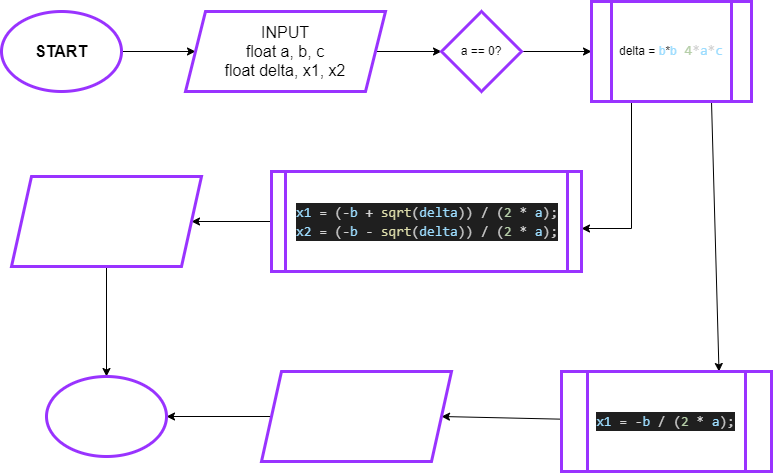
Earlier version of the draw.io export Lab_2/Bai_3/FlowBai_3_2.drawio.png (MinkWungNe/NLNNLT). Source tidied: cells renumbered, new cells last; positions are measured from the earlier drawing's top-left corner, leaving out a move shared by most shapes.
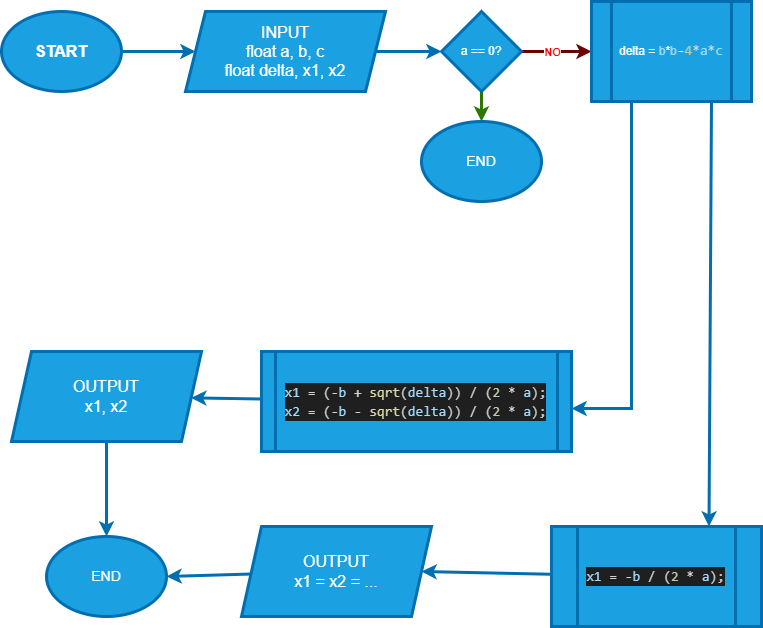
Above is the later version.

Commit message:
Enhance flowchart readability with color highlights

Diff of the diagram source:
```diff
@@ -2,63 +2,74 @@
   <root>
     <mxCell id="0" />
     <mxCell id="1" parent="0" />
-    <mxCell id="2" style="edgeStyle=none;html=1;entryX=0;entryY=0.5;entryDx=0;entryDy=0;fontColor=#FFFFFF;" parent="1" edge="1" source="3" target="5">
+    <mxCell id="2" style="edgeStyle=none;html=1;entryX=0;entryY=0.5;entryDx=0;entryDy=0;fontColor=#FFFFFF;strokeWidth=3;fillColor=#1ba1e2;strokeColor=#006EAF;" parent="1" edge="1" source="3" target="5">
       <mxGeometry relative="1" as="geometry" />
     </mxCell>
-    <mxCell id="3" value="&lt;b style=&quot;font-size: 16px;&quot;&gt;START&lt;/b&gt;" style="ellipse;whiteSpace=wrap;html=1;strokeColor=#9933FF;strokeWidth=3;perimeterSpacing=0;fontSize=16;rounded=0;shadow=0;" parent="1" vertex="1">
+    <mxCell id="3" value="&lt;b style=&quot;font-size: 16px;&quot;&gt;START&lt;/b&gt;" style="ellipse;whiteSpace=wrap;html=1;strokeColor=#006EAF;strokeWidth=3;perimeterSpacing=0;fontSize=16;rounded=0;shadow=0;fillColor=#1ba1e2;fontColor=#ffffff;" parent="1" vertex="1">
       <mxGeometry y="10" width="120" height="80" as="geometry" />
     </mxCell>
-    <mxCell id="4" style="edgeStyle=none;html=1;entryX=0;entryY=0.5;entryDx=0;entryDy=0;fontColor=#FFFFFF;" parent="1" edge="1" source="5" target="7">
+    <mxCell id="4" style="edgeStyle=none;html=1;entryX=0;entryY=0.5;entryDx=0;entryDy=0;fontColor=#FFFFFF;strokeWidth=3;fillColor=#1ba1e2;strokeColor=#006EAF;" parent="1" edge="1" source="5" target="7">
       <mxGeometry relative="1" as="geometry" />
     </mxCell>
-    <mxCell id="5" value="INPUT&lt;br style=&quot;font-size: 16px;&quot;&gt;float a, b, c&lt;br style=&quot;font-size: 16px;&quot;&gt;float delta, x1, x2" style="shape=parallelogram;perimeter=parallelogramPerimeter;whiteSpace=wrap;html=1;fixedSize=1;strokeColor=#9933FF;strokeWidth=3;fontSize=16;rounded=0;shadow=0;" parent="1" vertex="1">
+    <mxCell id="5" value="INPUT&lt;br style=&quot;font-size: 16px;&quot;&gt;float a, b, c&lt;br style=&quot;font-size: 16px;&quot;&gt;float delta, x1, x2" style="shape=parallelogram;perimeter=parallelogramPerimeter;whiteSpace=wrap;html=1;fixedSize=1;strokeColor=#006EAF;strokeWidth=3;fontSize=16;rounded=0;shadow=0;fillColor=#1ba1e2;fontColor=#ffffff;" parent="1" vertex="1">
       <mxGeometry x="184" y="10" width="200" height="80" as="geometry" />
     </mxCell>
-    <mxCell id="6" style="edgeStyle=none;html=1;entryX=0;entryY=0.5;entryDx=0;entryDy=0;fontColor=#FFFFFF;" parent="1" edge="1" source="7" target="10">
+    <mxCell id="6" style="edgeStyle=none;html=1;entryX=0;entryY=0.5;entryDx=0;entryDy=0;fontColor=#FFFFFF;strokeWidth=3;fillColor=#a20025;strokeColor=#6F0000;" parent="1" edge="1" source="7" target="10">
       <mxGeometry relative="1" as="geometry" />
     </mxCell>
+    <mxCell id="20" value="NO" style="edgeLabel;html=1;align=center;verticalAlign=middle;fontStyle=1;fontColor=#FF0000;" parent="6" vertex="1">
+      <mxGeometry x="-0.43" y="-4" relative="1" as="geometry">
+        <mxPoint x="10" y="-4" as="offset" />
+      </mxGeometry>
+    </mxCell>
+    <mxCell id="21" style="edgeStyle=none;html=1;strokeWidth=3;fontColor=#FF0000;fillColor=#60a917;strokeColor=#2D7600;entryX=0.5;entryY=0;entryDx=0;entryDy=0;" parent="1" edge="1" source="7" target="22">
+      <mxGeometry relative="1" as="geometry" />
+    </mxCell>
-    <mxCell id="7" value="a == 0?" style="rhombus;whiteSpace=wrap;html=1;strokeColor=#9933FF;strokeWidth=3;shadow=0;rounded=0;" parent="1" vertex="1">
+    <mxCell id="7" value="a == 0?" style="rhombus;whiteSpace=wrap;html=1;strokeColor=#006EAF;strokeWidth=3;shadow=0;rounded=0;fillColor=#1ba1e2;fontColor=#ffffff;" parent="1" vertex="1">
       <mxGeometry x="440" y="10" width="80" height="80" as="geometry" />
     </mxCell>
-    <mxCell id="8" style="edgeStyle=none;html=1;entryX=1;entryY=0.57;entryDx=0;entryDy=0;entryPerimeter=0;fontColor=#FFFFFF;exitX=0.25;exitY=1;exitDx=0;exitDy=0;rounded=0;" parent="1" edge="1" source="10" target="12">
+    <mxCell id="8" style="edgeStyle=none;html=1;entryX=1;entryY=0.57;entryDx=0;entryDy=0;entryPerimeter=0;fontColor=#FFFFFF;exitX=0.25;exitY=1;exitDx=0;exitDy=0;rounded=0;strokeWidth=3;fillColor=#1ba1e2;strokeColor=#006EAF;" parent="1" edge="1" source="10" target="12">
       <mxGeometry relative="1" as="geometry">
         <Array as="points">
-          <mxPoint x="630" y="227" />
+          <mxPoint x="630" y="407" />
         </Array>
       </mxGeometry>
     </mxCell>
-    <mxCell id="9" style="edgeStyle=none;rounded=0;html=1;entryX=0.75;entryY=0;entryDx=0;entryDy=0;fontSize=14;fontColor=#FFFFFF;exitX=0.75;exitY=1;exitDx=0;exitDy=0;" parent="1" edge="1" source="10" target="16">
+    <mxCell id="9" style="edgeStyle=none;rounded=0;html=1;entryX=0.75;entryY=0;entryDx=0;entryDy=0;fontSize=14;fontColor=#FFFFFF;exitX=0.75;exitY=1;exitDx=0;exitDy=0;strokeWidth=3;fillColor=#1ba1e2;strokeColor=#006EAF;" parent="1" edge="1" source="10" target="16">
       <mxGeometry relative="1" as="geometry" />
     </mxCell>
-    <mxCell id="10" value="delta = &lt;font color=&quot;#9cdcfe&quot;&gt;b&lt;/font&gt;*&lt;font color=&quot;#9cdcfe&quot;&gt;b&lt;/font&gt;&lt;span style=&quot;font-family: Consolas, &amp;quot;Courier New&amp;quot;, monospace; font-size: 14px;&quot;&gt;&lt;font color=&quot;#ffffff&quot;&gt;-&lt;/font&gt;&lt;/span&gt;&lt;span style=&quot;font-family: Consolas, &amp;quot;Courier New&amp;quot;, monospace; font-size: 14px; color: rgb(181, 206, 168);&quot;&gt;4&lt;/span&gt;&lt;span style=&quot;font-family: Consolas, &amp;quot;Courier New&amp;quot;, monospace; font-size: 14px; color: rgb(212, 212, 212);&quot;&gt;*&lt;/span&gt;&lt;span style=&quot;font-family: Consolas, &amp;quot;Courier New&amp;quot;, monospace; font-size: 14px;&quot;&gt;&lt;font color=&quot;#9cdcfe&quot;&gt;a&lt;/font&gt;&lt;/span&gt;&lt;span style=&quot;font-family: Consolas, &amp;quot;Courier New&amp;quot;, monospace; font-size: 14px; color: rgb(212, 212, 212);&quot;&gt;*&lt;/span&gt;&lt;span style=&quot;font-family: Consolas, &amp;quot;Courier New&amp;quot;, monospace; font-size: 14px; color: rgb(156, 220, 254);&quot;&gt;c&lt;/span&gt;" style="shape=process;whiteSpace=wrap;html=1;backgroundOutline=1;rounded=0;shadow=0;sketch=0;size=0.125;strokeColor=#9933FF;strokeWidth=3;" parent="1" vertex="1">
+    <mxCell id="10" value="delta = &lt;font color=&quot;#9cdcfe&quot;&gt;b&lt;/font&gt;*&lt;font color=&quot;#9cdcfe&quot;&gt;b&lt;/font&gt;&lt;span style=&quot;font-family: Consolas, &amp;quot;Courier New&amp;quot;, monospace; font-size: 14px;&quot;&gt;&lt;font color=&quot;#ffffff&quot;&gt;-&lt;/font&gt;&lt;/span&gt;&lt;span style=&quot;font-family: Consolas, &amp;quot;Courier New&amp;quot;, monospace; font-size: 14px; color: rgb(181, 206, 168);&quot;&gt;4&lt;/span&gt;&lt;span style=&quot;font-family: Consolas, &amp;quot;Courier New&amp;quot;, monospace; font-size: 14px; color: rgb(212, 212, 212);&quot;&gt;*&lt;/span&gt;&lt;span style=&quot;font-family: Consolas, &amp;quot;Courier New&amp;quot;, monospace; font-size: 14px;&quot;&gt;&lt;font color=&quot;#9cdcfe&quot;&gt;a&lt;/font&gt;&lt;/span&gt;&lt;span style=&quot;font-family: Consolas, &amp;quot;Courier New&amp;quot;, monospace; font-size: 14px; color: rgb(212, 212, 212);&quot;&gt;*&lt;/span&gt;&lt;span style=&quot;font-family: Consolas, &amp;quot;Courier New&amp;quot;, monospace; font-size: 14px; color: rgb(156, 220, 254);&quot;&gt;c&lt;/span&gt;" style="shape=process;whiteSpace=wrap;html=1;backgroundOutline=1;rounded=0;shadow=0;sketch=0;size=0.125;strokeColor=#006EAF;strokeWidth=3;fillColor=#1ba1e2;fontColor=#ffffff;" parent="1" vertex="1">
       <mxGeometry x="590" width="160" height="100" as="geometry" />
     </mxCell>
-    <mxCell id="11" style="edgeStyle=none;rounded=0;html=1;fontSize=14;fontColor=#FFFFFF;" parent="1" edge="1" source="12" target="14">
+    <mxCell id="11" style="edgeStyle=none;rounded=0;html=1;fontSize=14;fontColor=#FFFFFF;strokeWidth=3;fillColor=#1ba1e2;strokeColor=#006EAF;" parent="1" edge="1" source="12" target="14">
       <mxGeometry relative="1" as="geometry" />
     </mxCell>
-    <mxCell id="12" value="&lt;div style=&quot;background-color: rgb(31, 31, 31); font-family: Consolas, &amp;quot;Courier New&amp;quot;, monospace; font-size: 14px; line-height: 19px;&quot;&gt;&lt;div style=&quot;color: rgb(204, 204, 204); font-size: 14px;&quot;&gt;&lt;span style=&quot;color: rgb(156, 220, 254); font-size: 14px;&quot;&gt;x1&lt;/span&gt; &lt;span style=&quot;color: rgb(212, 212, 212); font-size: 14px;&quot;&gt;=&lt;/span&gt; (&lt;span style=&quot;color: rgb(212, 212, 212); font-size: 14px;&quot;&gt;-&lt;/span&gt;&lt;span style=&quot;color: rgb(156, 220, 254); font-size: 14px;&quot;&gt;b&lt;/span&gt; &lt;span style=&quot;color: rgb(212, 212, 212); font-size: 14px;&quot;&gt;+&lt;/span&gt; &lt;span style=&quot;color: rgb(220, 220, 170); font-size: 14px;&quot;&gt;sqrt&lt;/span&gt;(&lt;span style=&quot;color: rgb(156, 220, 254); font-size: 14px;&quot;&gt;delta&lt;/span&gt;)) &lt;span style=&quot;color: rgb(212, 212, 212); font-size: 14px;&quot;&gt;/&lt;/span&gt; (&lt;span style=&quot;color: rgb(181, 206, 168); font-size: 14px;&quot;&gt;2&lt;/span&gt; &lt;span style=&quot;color: rgb(212, 212, 212); font-size: 14px;&quot;&gt;*&lt;/span&gt; &lt;span style=&quot;color: rgb(156, 220, 254); font-size: 14px;&quot;&gt;a&lt;/span&gt;);&lt;/div&gt;&lt;div style=&quot;font-size: 14px;&quot;&gt;&lt;span style=&quot;color: rgb(156, 220, 254); font-size: 14px;&quot;&gt;x2&lt;/span&gt;&lt;font color=&quot;#cccccc&quot; style=&quot;font-size: 14px;&quot;&gt;&amp;nbsp;&lt;/font&gt;&lt;span style=&quot;color: rgb(212, 212, 212); font-size: 14px;&quot;&gt;=&lt;/span&gt;&lt;font color=&quot;#cccccc&quot; style=&quot;font-size: 14px;&quot;&gt; (&lt;/font&gt;&lt;span style=&quot;color: rgb(212, 212, 212); font-size: 14px;&quot;&gt;-&lt;/span&gt;&lt;span style=&quot;color: rgb(156, 220, 254); font-size: 14px;&quot;&gt;b&lt;/span&gt; &lt;span style=&quot;color: rgb(212, 212, 212); font-size: 14px;&quot;&gt;-&lt;/span&gt; &lt;span style=&quot;color: rgb(220, 220, 170); font-size: 14px;&quot;&gt;sqrt&lt;/span&gt;&lt;font color=&quot;#cccccc&quot; style=&quot;font-size: 14px;&quot;&gt;(&lt;/font&gt;&lt;span style=&quot;color: rgb(156, 220, 254); font-size: 14px;&quot;&gt;delta&lt;/span&gt;&lt;font color=&quot;#cccccc&quot; style=&quot;font-size: 14px;&quot;&gt;)) &lt;/font&gt;&lt;span style=&quot;color: rgb(212, 212, 212); font-size: 14px;&quot;&gt;/&lt;/span&gt;&lt;font color=&quot;#cccccc&quot; style=&quot;font-size: 14px;&quot;&gt; (&lt;/font&gt;&lt;span style=&quot;color: rgb(181, 206, 168); font-size: 14px;&quot;&gt;2&lt;/span&gt; &lt;span style=&quot;color: rgb(212, 212, 212); font-size: 14px;&quot;&gt;*&lt;/span&gt; &lt;span style=&quot;color: rgb(156, 220, 254); font-size: 14px;&quot;&gt;a&lt;/span&gt;&lt;font color=&quot;#cccccc&quot; style=&quot;font-size: 14px;&quot;&gt;);&lt;/font&gt;&lt;/div&gt;&lt;/div&gt;" style="shape=process;whiteSpace=wrap;html=1;backgroundOutline=1;rounded=0;shadow=0;sketch=0;fontColor=#FFFFFF;size=0.046511627906976744;fontSize=14;strokeColor=#9933FF;strokeWidth=3;" parent="1" vertex="1">
-      <mxGeometry x="270" y="170" width="310" height="100" as="geometry" />
+    <mxCell id="12" value="&lt;div style=&quot;background-color: rgb(31, 31, 31); font-family: Consolas, &amp;quot;Courier New&amp;quot;, monospace; font-size: 14px; line-height: 19px;&quot;&gt;&lt;div style=&quot;color: rgb(204, 204, 204); font-size: 14px;&quot;&gt;&lt;span style=&quot;color: rgb(156, 220, 254); font-size: 14px;&quot;&gt;x1&lt;/span&gt; &lt;span style=&quot;color: rgb(212, 212, 212); font-size: 14px;&quot;&gt;=&lt;/span&gt; (&lt;span style=&quot;color: rgb(212, 212, 212); font-size: 14px;&quot;&gt;-&lt;/span&gt;&lt;span style=&quot;color: rgb(156, 220, 254); font-size: 14px;&quot;&gt;b&lt;/span&gt; &lt;span style=&quot;color: rgb(212, 212, 212); font-size: 14px;&quot;&gt;+&lt;/span&gt; &lt;span style=&quot;color: rgb(220, 220, 170); font-size: 14px;&quot;&gt;sqrt&lt;/span&gt;(&lt;span style=&quot;color: rgb(156, 220, 254); font-size: 14px;&quot;&gt;delta&lt;/span&gt;)) &lt;span style=&quot;color: rgb(212, 212, 212); font-size: 14px;&quot;&gt;/&lt;/span&gt; (&lt;span style=&quot;color: rgb(181, 206, 168); font-size: 14px;&quot;&gt;2&lt;/span&gt; &lt;span style=&quot;color: rgb(212, 212, 212); font-size: 14px;&quot;&gt;*&lt;/span&gt; &lt;span style=&quot;color: rgb(156, 220, 254); font-size: 14px;&quot;&gt;a&lt;/span&gt;);&lt;/div&gt;&lt;div style=&quot;font-size: 14px;&quot;&gt;&lt;span style=&quot;color: rgb(156, 220, 254); font-size: 14px;&quot;&gt;x2&lt;/span&gt;&lt;font color=&quot;#cccccc&quot; style=&quot;font-size: 14px;&quot;&gt;&amp;nbsp;&lt;/font&gt;&lt;span style=&quot;color: rgb(212, 212, 212); font-size: 14px;&quot;&gt;=&lt;/span&gt;&lt;font color=&quot;#cccccc&quot; style=&quot;font-size: 14px;&quot;&gt; (&lt;/font&gt;&lt;span style=&quot;color: rgb(212, 212, 212); font-size: 14px;&quot;&gt;-&lt;/span&gt;&lt;span style=&quot;color: rgb(156, 220, 254); font-size: 14px;&quot;&gt;b&lt;/span&gt; &lt;span style=&quot;color: rgb(212, 212, 212); font-size: 14px;&quot;&gt;-&lt;/span&gt; &lt;span style=&quot;color: rgb(220, 220, 170); font-size: 14px;&quot;&gt;sqrt&lt;/span&gt;&lt;font color=&quot;#cccccc&quot; style=&quot;font-size: 14px;&quot;&gt;(&lt;/font&gt;&lt;span style=&quot;color: rgb(156, 220, 254); font-size: 14px;&quot;&gt;delta&lt;/span&gt;&lt;font color=&quot;#cccccc&quot; style=&quot;font-size: 14px;&quot;&gt;)) &lt;/font&gt;&lt;span style=&quot;color: rgb(212, 212, 212); font-size: 14px;&quot;&gt;/&lt;/span&gt;&lt;font color=&quot;#cccccc&quot; style=&quot;font-size: 14px;&quot;&gt; (&lt;/font&gt;&lt;span style=&quot;color: rgb(181, 206, 168); font-size: 14px;&quot;&gt;2&lt;/span&gt; &lt;span style=&quot;color: rgb(212, 212, 212); font-size: 14px;&quot;&gt;*&lt;/span&gt; &lt;span style=&quot;color: rgb(156, 220, 254); font-size: 14px;&quot;&gt;a&lt;/span&gt;&lt;font color=&quot;#cccccc&quot; style=&quot;font-size: 14px;&quot;&gt;);&lt;/font&gt;&lt;/div&gt;&lt;/div&gt;" style="shape=process;whiteSpace=wrap;html=1;backgroundOutline=1;rounded=0;shadow=0;sketch=0;fontColor=#ffffff;size=0.046511627906976744;fontSize=14;strokeColor=#006EAF;strokeWidth=3;fillColor=#1ba1e2;" parent="1" vertex="1">
+      <mxGeometry x="260" y="350" width="310" height="100" as="geometry" />
     </mxCell>
-    <mxCell id="13" style="edgeStyle=none;rounded=0;html=1;entryX=0.5;entryY=0;entryDx=0;entryDy=0;fontSize=14;fontColor=#FFFFFF;" parent="1" edge="1" source="14" target="19">
+    <mxCell id="13" style="edgeStyle=none;rounded=0;html=1;entryX=0.5;entryY=0;entryDx=0;entryDy=0;fontSize=14;fontColor=#FFFFFF;strokeWidth=3;fillColor=#1ba1e2;strokeColor=#006EAF;" parent="1" edge="1" source="14" target="19">
       <mxGeometry relative="1" as="geometry" />
     </mxCell>
-    <mxCell id="14" value="OUTPUT&lt;br style=&quot;font-size: 16px;&quot;&gt;x1, x2" style="shape=parallelogram;perimeter=parallelogramPerimeter;whiteSpace=wrap;html=1;fixedSize=1;rounded=0;shadow=0;sketch=0;fontColor=#FFFFFF;fontSize=16;strokeColor=#9933FF;strokeWidth=3;" parent="1" vertex="1">
-      <mxGeometry x="10" y="175" width="190" height="90" as="geometry" />
+    <mxCell id="14" value="OUTPUT&lt;br style=&quot;font-size: 16px;&quot;&gt;x1, x2" style="shape=parallelogram;perimeter=parallelogramPerimeter;whiteSpace=wrap;html=1;fixedSize=1;rounded=0;shadow=0;sketch=0;fontColor=#ffffff;fontSize=16;strokeColor=#006EAF;strokeWidth=3;fillColor=#1ba1e2;" parent="1" vertex="1">
+      <mxGeometry x="10" y="350" width="190" height="90" as="geometry" />
     </mxCell>
-    <mxCell id="15" style="edgeStyle=none;rounded=0;html=1;entryX=1;entryY=0.5;entryDx=0;entryDy=0;fontSize=14;fontColor=#FFFFFF;" parent="1" edge="1" source="16" target="18">
+    <mxCell id="15" style="edgeStyle=none;rounded=0;html=1;entryX=1;entryY=0.5;entryDx=0;entryDy=0;fontSize=14;fontColor=#FFFFFF;strokeWidth=3;fillColor=#1ba1e2;strokeColor=#006EAF;" parent="1" edge="1" source="16" target="18">
       <mxGeometry relative="1" as="geometry" />
     </mxCell>
-    <mxCell id="16" value="&lt;div style=&quot;color: rgb(204, 204, 204); background-color: rgb(31, 31, 31); font-family: Consolas, &amp;quot;Courier New&amp;quot;, monospace; font-size: 14px; line-height: 19px;&quot;&gt;&lt;span style=&quot;color: #9cdcfe;&quot;&gt;x1&lt;/span&gt; &lt;span style=&quot;color: #d4d4d4;&quot;&gt;=&lt;/span&gt; &lt;span style=&quot;color: #d4d4d4;&quot;&gt;-&lt;/span&gt;&lt;span style=&quot;color: #9cdcfe;&quot;&gt;b&lt;/span&gt; &lt;span style=&quot;color: #d4d4d4;&quot;&gt;/&lt;/span&gt; (&lt;span style=&quot;color: #b5cea8;&quot;&gt;2&lt;/span&gt; &lt;span style=&quot;color: #d4d4d4;&quot;&gt;*&lt;/span&gt; &lt;span style=&quot;color: #9cdcfe;&quot;&gt;a&lt;/span&gt;);&lt;/div&gt;" style="shape=process;whiteSpace=wrap;html=1;backgroundOutline=1;rounded=0;shadow=0;sketch=0;size=0.125;strokeColor=#9933FF;strokeWidth=3;" parent="1" vertex="1">
-      <mxGeometry x="560" y="370" width="210" height="100" as="geometry" />
+    <mxCell id="16" value="&lt;div style=&quot;color: rgb(204, 204, 204); background-color: rgb(31, 31, 31); font-family: Consolas, &amp;quot;Courier New&amp;quot;, monospace; font-size: 14px; line-height: 19px;&quot;&gt;&lt;span style=&quot;color: #9cdcfe;&quot;&gt;x1&lt;/span&gt; &lt;span style=&quot;color: #d4d4d4;&quot;&gt;=&lt;/span&gt; &lt;span style=&quot;color: #d4d4d4;&quot;&gt;-&lt;/span&gt;&lt;span style=&quot;color: #9cdcfe;&quot;&gt;b&lt;/span&gt; &lt;span style=&quot;color: #d4d4d4;&quot;&gt;/&lt;/span&gt; (&lt;span style=&quot;color: #b5cea8;&quot;&gt;2&lt;/span&gt; &lt;span style=&quot;color: #d4d4d4;&quot;&gt;*&lt;/span&gt; &lt;span style=&quot;color: #9cdcfe;&quot;&gt;a&lt;/span&gt;);&lt;/div&gt;" style="shape=process;whiteSpace=wrap;html=1;backgroundOutline=1;rounded=0;shadow=0;sketch=0;size=0.125;strokeColor=#006EAF;strokeWidth=3;fillColor=#1ba1e2;fontColor=#ffffff;" parent="1" vertex="1">
+      <mxGeometry x="550" y="525" width="210" height="100" as="geometry" />
     </mxCell>
-    <mxCell id="17" style="edgeStyle=none;rounded=0;html=1;fontSize=14;fontColor=#FFFFFF;entryX=1;entryY=0.5;entryDx=0;entryDy=0;" parent="1" edge="1" source="18" target="19">
+    <mxCell id="17" style="edgeStyle=none;rounded=0;html=1;fontSize=14;fontColor=#FFFFFF;entryX=1;entryY=0.5;entryDx=0;entryDy=0;strokeWidth=3;fillColor=#1ba1e2;strokeColor=#006EAF;" parent="1" edge="1" source="18" target="19">
       <mxGeometry relative="1" as="geometry" />
     </mxCell>
-    <mxCell id="18" value="OUTPUT&lt;br style=&quot;font-size: 16px;&quot;&gt;x1 = x2 = ..." style="shape=parallelogram;perimeter=parallelogramPerimeter;whiteSpace=wrap;html=1;fixedSize=1;rounded=0;shadow=0;sketch=0;fontColor=#FFFFFF;fontSize=16;strokeColor=#9933FF;strokeWidth=3;" parent="1" vertex="1">
-      <mxGeometry x="260" y="370" width="190" height="90" as="geometry" />
+    <mxCell id="18" value="OUTPUT&lt;br style=&quot;font-size: 16px;&quot;&gt;x1 = x2 = ..." style="shape=parallelogram;perimeter=parallelogramPerimeter;whiteSpace=wrap;html=1;fixedSize=1;rounded=0;shadow=0;sketch=0;fontColor=#ffffff;fontSize=16;strokeColor=#006EAF;strokeWidth=3;fillColor=#1ba1e2;" parent="1" vertex="1">
+      <mxGeometry x="240" y="525" width="190" height="90" as="geometry" />
     </mxCell>
-    <mxCell id="19" value="END" style="ellipse;whiteSpace=wrap;html=1;rounded=0;shadow=0;sketch=0;fontSize=14;fontColor=#FFFFFF;strokeColor=#9933FF;strokeWidth=3;" parent="1" vertex="1">
-      <mxGeometry x="45" y="375" width="120" height="80" as="geometry" />
+    <mxCell id="19" value="END" style="ellipse;whiteSpace=wrap;html=1;rounded=0;shadow=0;sketch=0;fontSize=14;fontColor=#ffffff;strokeColor=#006EAF;strokeWidth=3;fillColor=#1ba1e2;" parent="1" vertex="1">
+      <mxGeometry x="45" y="535" width="120" height="80" as="geometry" />
     </mxCell>
+    <mxCell id="22" value="END" style="ellipse;whiteSpace=wrap;html=1;rounded=0;shadow=0;sketch=0;fontSize=14;fontColor=#ffffff;strokeColor=#006EAF;strokeWidth=3;fillColor=#1ba1e2;" parent="1" vertex="1">
+      <mxGeometry x="420" y="120" width="120" height="80" as="geometry" />
+    </mxCell>
   </root>
 </mxGraphModel>
```
